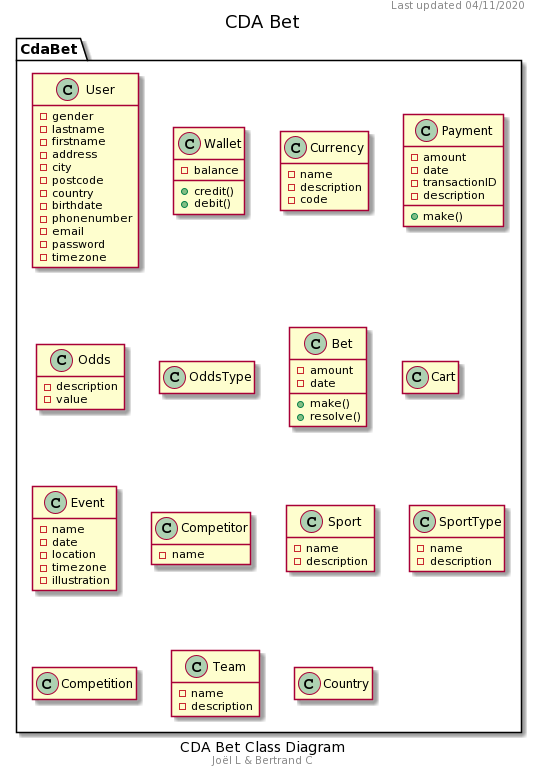
The PlantUML diagram docs/diagrams/export/CDA Bet Class Diagram.png in OFP-CDA-Mulhouse-2020/parisportif1, before a commit.
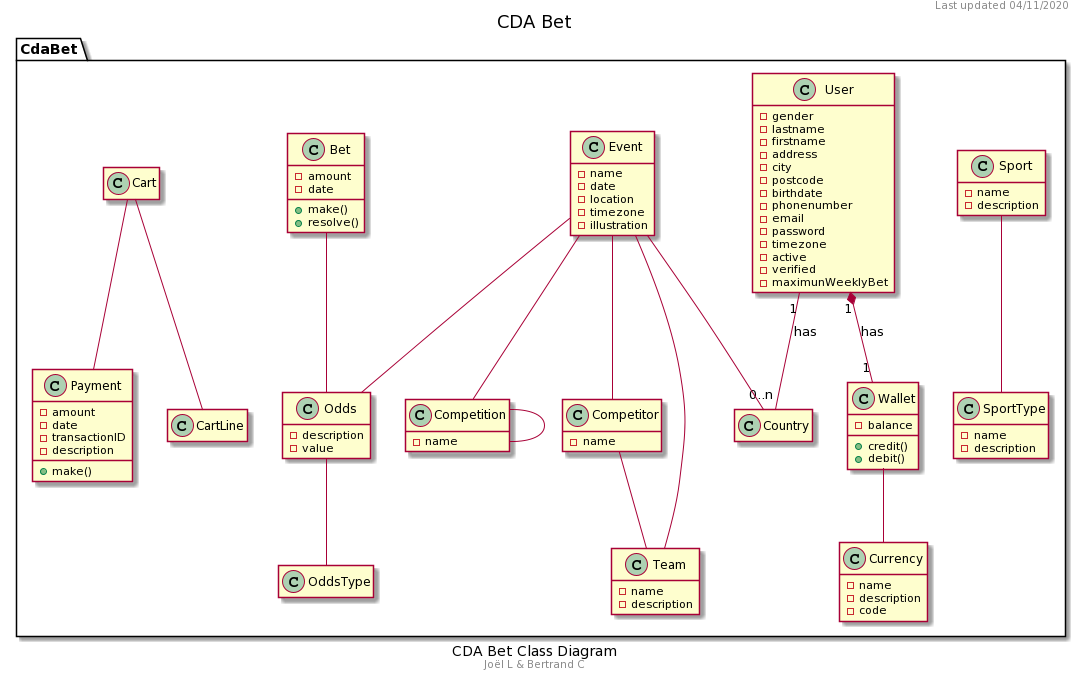
Above is the later version.

Commit message:
Mandatory commit, class diagram and mind map update

The edit, as a diff of the source:
```diff
@@ -13,12 +13,23 @@
         -address
         -city
         -postcode
-        -country
         -birthdate
         -phonenumber
         -email
         -password
         -timezone
+        -active
+        -verified
+        -maximunWeeklyBet
+    }
+
+    class Country{
+    }
+
+    class Currency {
+        -name
+        -description
+        -code
     }
 
     class Wallet {
@@ -27,18 +38,43 @@
         +debit()
     }
 
-    class Currency {
-        -name
-        -description
-        -code
-    }
-
     class Payment {
         -amount
         -date
         -transactionID
         -description
         +make()
+    }
+
+    class Sport {
+        -name
+        -description
+    }
+
+    class SportType {
+        -name
+        -description
+    }
+
+    class Competitor {
+        -name
+    }
+
+    class Team {
+        -name
+        -description
+    }
+
+    class Event {
+        -name
+        -date
+        -location
+        -timezone
+        -illustration
+    }
+
+    class Competition {
+        -name
     }
 
     class Odds {
@@ -59,37 +95,23 @@
     class Cart {
     }
 
-    class Event {
-        -name
-        -date
-        -location
-        -timezone
-        -illustration
+    class CartLine {
     }
 
-    class Competitor {
-        -name
-    }
-
-    class Sport {
-        -name
-        -description
-    }
-
-    class SportType {
-        -name
-        -description
-    }
-
-    class Competition {
-    }
-
-    class Team {
-        -name
-        -description
-    }
-
-    class Country{
-    }
+    User "1" *-- "1" Wallet : has
+    User "1" -- "0..n" Country : has
+    Wallet -- Currency
+    Sport -- SportType
+    Competitor -- Team
+    Odds -- OddsType
+    Bet -- Odds
+    Event -- Competition
+    Competition -- Competition
+    Cart -- CartLine
+    Cart -- Payment
+    Event -- Odds
+    Event -- Competitor
+    Event -- Team
+    Event -- Country
 }
 @enduml
```
